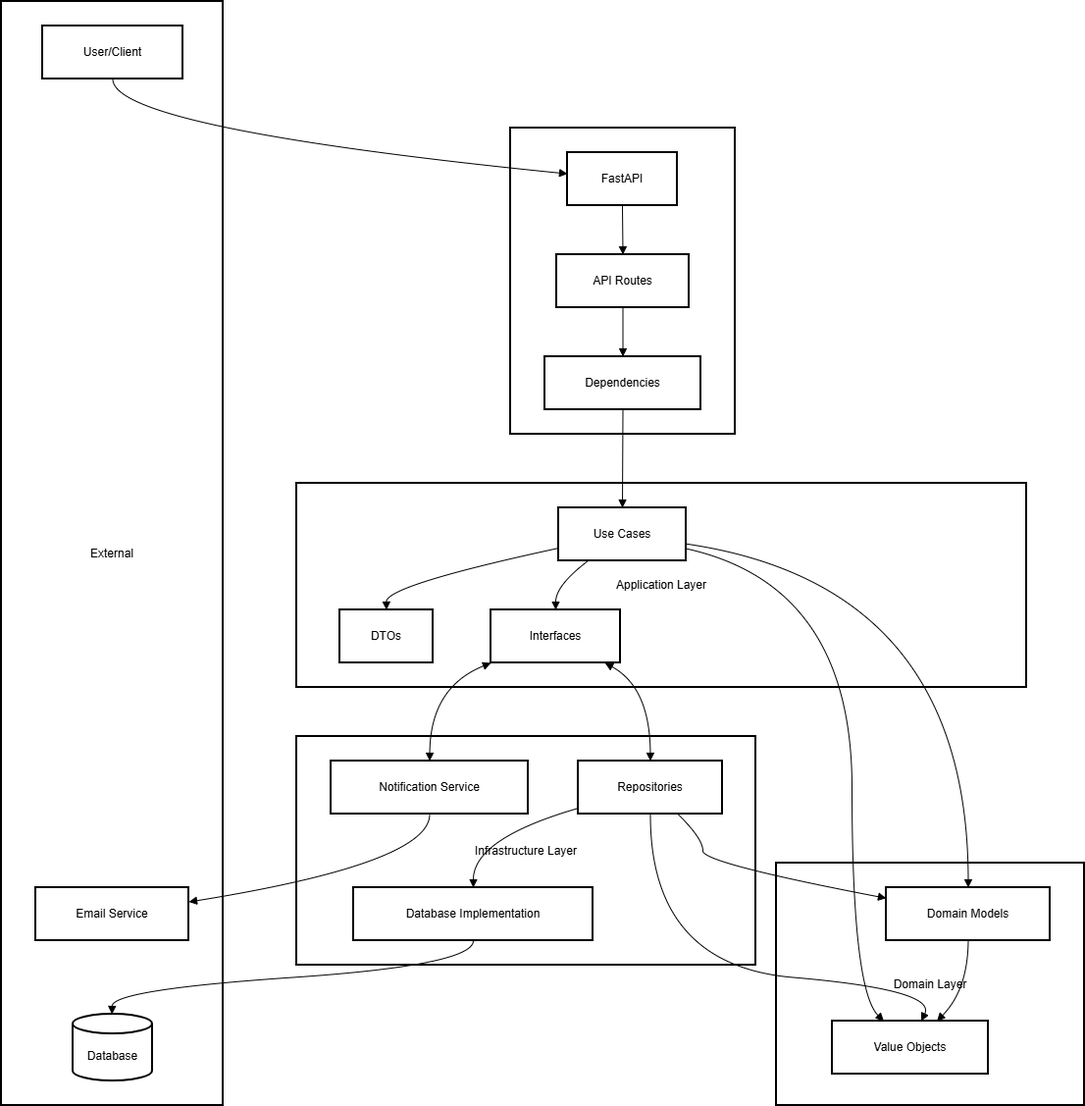
Above: docs/diagrams/architecture/backend-architecture-diagram.png in python-projects-fernando/ScheduleFlow (draw.io), before the change. Source tidied: cells renumbered, new cells last; positions are measured from the earlier drawing's top-left corner, leaving out a move shared by most shapes. Source of this version:
```xml
<mxGraphModel>
  <root>
    <mxCell id="0" />
    <mxCell id="1" parent="0" />
    <mxCell id="2" value="Domain Layer" style="whiteSpace=wrap;strokeWidth=2;" parent="1" vertex="1">
      <mxGeometry x="790" y="878" width="314" height="247" as="geometry" />
    </mxCell>
    <mxCell id="3" value="Infrastructure Layer" style="whiteSpace=wrap;strokeWidth=2;" parent="1" vertex="1">
      <mxGeometry x="301" y="749" width="468" height="233" as="geometry" />
    </mxCell>
    <mxCell id="4" value="Application Layer" style="whiteSpace=wrap;strokeWidth=2;" parent="1" vertex="1">
      <mxGeometry x="301" y="491" width="744" height="208" as="geometry" />
    </mxCell>
    <mxCell id="5" value="Interface Layer" style="whiteSpace=wrap;strokeWidth=2;" parent="1" vertex="1">
      <mxGeometry x="519" y="129" width="229" height="312" as="geometry" />
    </mxCell>
    <mxCell id="6" value="External" style="whiteSpace=wrap;strokeWidth=2;" parent="1" vertex="1">
      <mxGeometry width="226" height="1125" as="geometry" />
    </mxCell>
    <mxCell id="7" value="User/Client" style="whiteSpace=wrap;strokeWidth=2;" parent="1" vertex="1">
      <mxGeometry x="42" y="25" width="143" height="54" as="geometry" />
    </mxCell>
    <mxCell id="8" value="Database" style="shape=cylinder3;boundedLbl=1;backgroundOutline=1;size=10;strokeWidth=2;whiteSpace=wrap;" parent="1" vertex="1">
      <mxGeometry x="73" y="1032" width="81" height="68" as="geometry" />
    </mxCell>
    <mxCell id="9" value="Email Service" style="whiteSpace=wrap;strokeWidth=2;" parent="1" vertex="1">
      <mxGeometry x="35" y="903" width="156" height="54" as="geometry" />
    </mxCell>
    <mxCell id="10" value="FastAPI" style="whiteSpace=wrap;strokeWidth=2;" parent="1" vertex="1">
      <mxGeometry x="577" y="154" width="112" height="54" as="geometry" />
    </mxCell>
    <mxCell id="11" value="API Routes" style="whiteSpace=wrap;strokeWidth=2;" parent="1" vertex="1">
      <mxGeometry x="566" y="258" width="135" height="54" as="geometry" />
    </mxCell>
    <mxCell id="12" value="Dependencies" style="whiteSpace=wrap;strokeWidth=2;" parent="1" vertex="1">
      <mxGeometry x="554" y="362" width="159" height="54" as="geometry" />
    </mxCell>
    <mxCell id="13" value="Use Cases" style="whiteSpace=wrap;strokeWidth=2;" parent="1" vertex="1">
      <mxGeometry x="568" y="516" width="130" height="54" as="geometry" />
    </mxCell>
    <mxCell id="14" value="DTOs" style="whiteSpace=wrap;strokeWidth=2;" parent="1" vertex="1">
      <mxGeometry x="345" y="620" width="95" height="54" as="geometry" />
    </mxCell>
    <mxCell id="15" value="Interfaces" style="whiteSpace=wrap;strokeWidth=2;" parent="1" vertex="1">
      <mxGeometry x="499" y="620" width="132" height="54" as="geometry" />
    </mxCell>
    <mxCell id="16" value="Repositories" style="whiteSpace=wrap;strokeWidth=2;" parent="1" vertex="1">
      <mxGeometry x="588" y="774" width="147" height="54" as="geometry" />
    </mxCell>
    <mxCell id="17" value="Database Implementation" style="whiteSpace=wrap;strokeWidth=2;" parent="1" vertex="1">
      <mxGeometry x="359" y="903" width="244" height="54" as="geometry" />
    </mxCell>
    <mxCell id="18" value="Notification Service" style="whiteSpace=wrap;strokeWidth=2;" parent="1" vertex="1">
      <mxGeometry x="336" y="774" width="201" height="54" as="geometry" />
    </mxCell>
    <mxCell id="19" value="Domain Models" style="whiteSpace=wrap;strokeWidth=2;" parent="1" vertex="1">
      <mxGeometry x="902" y="903" width="167" height="54" as="geometry" />
    </mxCell>
    <mxCell id="20" value="Value Objects" style="whiteSpace=wrap;strokeWidth=2;" parent="1" vertex="1">
      <mxGeometry x="847" y="1039" width="159" height="54" as="geometry" />
    </mxCell>
    <mxCell id="21" style="curved=1;startArrow=none;endArrow=block;exitX=0.5;exitY=1;entryX=0;entryY=0.4;rounded=0;" parent="1" edge="1" source="7" target="10">
      <mxGeometry relative="1" as="geometry">
        <Array as="points">
          <mxPoint x="113" y="129" />
        </Array>
      </mxGeometry>
    </mxCell>
    <mxCell id="22" style="curved=1;startArrow=none;endArrow=block;exitX=0.5;exitY=1;entryX=0.5;entryY=0;rounded=0;" parent="1" edge="1" source="10" target="11">
      <mxGeometry relative="1" as="geometry" />
    </mxCell>
    <mxCell id="23" style="curved=1;startArrow=none;endArrow=block;exitX=0.5;exitY=1;entryX=0.5;entryY=0;rounded=0;" parent="1" edge="1" source="11" target="12">
      <mxGeometry relative="1" as="geometry" />
    </mxCell>
    <mxCell id="24" style="curved=1;startArrow=none;endArrow=block;exitX=0.5;exitY=1;entryX=0.5;entryY=0;rounded=0;" parent="1" edge="1" source="12" target="13">
      <mxGeometry relative="1" as="geometry" />
    </mxCell>
    <mxCell id="25" style="curved=1;startArrow=none;endArrow=block;exitX=0;exitY=0.76;entryX=0.5;entryY=0;rounded=0;" parent="1" edge="1" source="13" target="14">
      <mxGeometry relative="1" as="geometry">
        <Array as="points">
          <mxPoint x="392" y="595" />
        </Array>
      </mxGeometry>
    </mxCell>
    <mxCell id="26" style="curved=1;startArrow=none;endArrow=block;exitX=0.23;exitY=1;entryX=0.5;entryY=0;rounded=0;" parent="1" edge="1" source="13" target="15">
      <mxGeometry relative="1" as="geometry">
        <Array as="points">
          <mxPoint x="565" y="595" />
        </Array>
      </mxGeometry>
    </mxCell>
    <mxCell id="27" style="curved=1;startArrow=block;endArrow=block;exitX=0.88;exitY=1;entryX=0.5;entryY=0;rounded=0;" parent="1" edge="1" source="15" target="16">
      <mxGeometry relative="1" as="geometry">
        <Array as="points">
          <mxPoint x="661" y="699" />
        </Array>
      </mxGeometry>
    </mxCell>
    <mxCell id="28" style="curved=1;startArrow=block;endArrow=block;exitX=0;exitY=1;entryX=0.5;entryY=0;rounded=0;" parent="1" edge="1" source="15" target="18">
      <mxGeometry relative="1" as="geometry">
        <Array as="points">
          <mxPoint x="437" y="699" />
        </Array>
      </mxGeometry>
    </mxCell>
    <mxCell id="29" style="curved=1;startArrow=none;endArrow=block;exitX=0;exitY=0.89;entryX=0.5;entryY=0;rounded=0;" parent="1" edge="1" source="16" target="17">
      <mxGeometry relative="1" as="geometry">
        <Array as="points">
          <mxPoint x="481" y="853" />
        </Array>
      </mxGeometry>
    </mxCell>
    <mxCell id="30" style="curved=1;startArrow=none;endArrow=block;exitX=0.5;exitY=1;entryX=0.49;entryY=0;rounded=0;" parent="1" edge="1" source="17" target="8">
      <mxGeometry relative="1" as="geometry">
        <Array as="points">
          <mxPoint x="481" y="982" />
          <mxPoint x="113" y="1007" />
        </Array>
      </mxGeometry>
    </mxCell>
    <mxCell id="31" style="curved=1;startArrow=none;endArrow=block;exitX=0.5;exitY=1;entryX=1;entryY=0.27;rounded=0;" parent="1" edge="1" source="18" target="9">
      <mxGeometry relative="1" as="geometry">
        <Array as="points">
          <mxPoint x="437" y="878" />
        </Array>
      </mxGeometry>
    </mxCell>
    <mxCell id="32" style="curved=1;startArrow=none;endArrow=block;exitX=1;exitY=0.68;entryX=0.5;entryY=0;rounded=0;" parent="1" edge="1" source="13" target="19">
      <mxGeometry relative="1" as="geometry">
        <Array as="points">
          <mxPoint x="985" y="595" />
        </Array>
      </mxGeometry>
    </mxCell>
    <mxCell id="33" style="curved=1;startArrow=none;endArrow=block;exitX=1;exitY=0.77;entryX=0.33;entryY=0;rounded=0;" parent="1" edge="1" source="13" target="20">
      <mxGeometry relative="1" as="geometry">
        <Array as="points">
          <mxPoint x="867" y="595" />
          <mxPoint x="867" y="1007" />
        </Array>
      </mxGeometry>
    </mxCell>
    <mxCell id="34" style="curved=1;startArrow=none;endArrow=block;exitX=0.69;exitY=1;entryX=0;entryY=0.2;rounded=0;" parent="1" edge="1" source="16" target="19">
      <mxGeometry relative="1" as="geometry">
        <Array as="points">
          <mxPoint x="715" y="853" />
          <mxPoint x="715" y="878" />
        </Array>
      </mxGeometry>
    </mxCell>
    <mxCell id="35" style="curved=1;startArrow=none;endArrow=block;exitX=0.5;exitY=1;entryX=0.57;entryY=0;rounded=0;" parent="1" edge="1" source="16" target="20">
      <mxGeometry relative="1" as="geometry">
        <Array as="points">
          <mxPoint x="661" y="982" />
          <mxPoint x="953" y="1007" />
        </Array>
      </mxGeometry>
    </mxCell>
    <mxCell id="36" style="curved=1;startArrow=none;endArrow=block;exitX=0.5;exitY=1;entryX=0.67;entryY=0;rounded=0;" parent="1" edge="1" source="19" target="20">
      <mxGeometry relative="1" as="geometry">
        <Array as="points">
          <mxPoint x="985" y="1007" />
        </Array>
      </mxGeometry>
    </mxCell>
  </root>
</mxGraphModel>
```
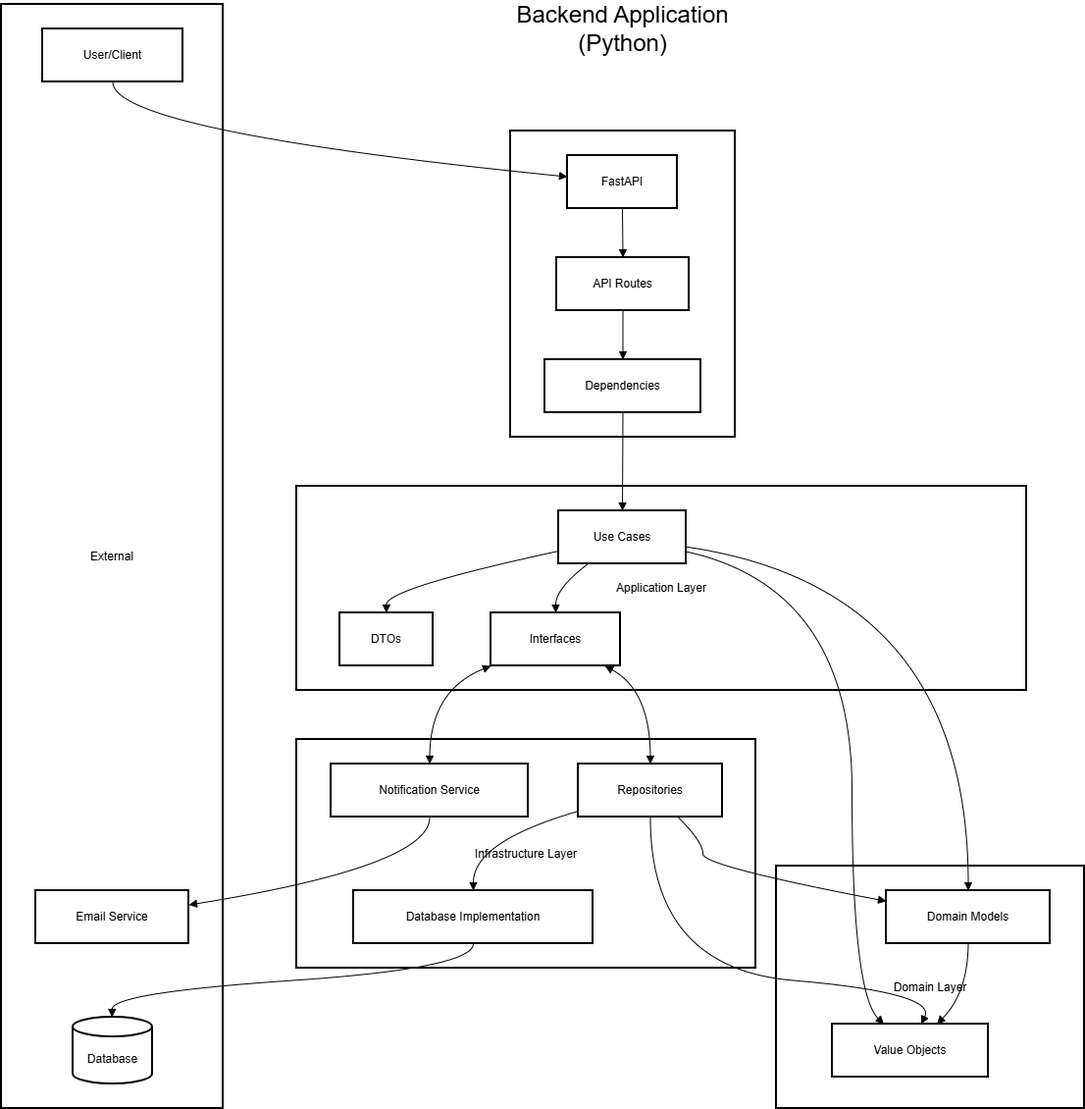
Later version of the same file.

Commit message:
docs: Update README with demo link credentials and refine architecture diagrams

What changed in the source:
```diff
@@ -163,5 +163,8 @@
         </Array>
       </mxGeometry>
     </mxCell>
+    <mxCell id="37" value="&lt;font style=&quot;font-size: 24px;&quot;&gt;Backend Application&lt;/font&gt;&lt;div&gt;&lt;font style=&quot;font-size: 24px;&quot;&gt;(Python)&lt;/font&gt;&lt;/div&gt;" style="text;html=1;whiteSpace=wrap;strokeColor=none;fillColor=none;align=center;verticalAlign=middle;rounded=0;" parent="1" vertex="1">
+      <mxGeometry x="498" y="10" width="271" height="30" as="geometry" />
+    </mxCell>
   </root>
 </mxGraphModel>
```
